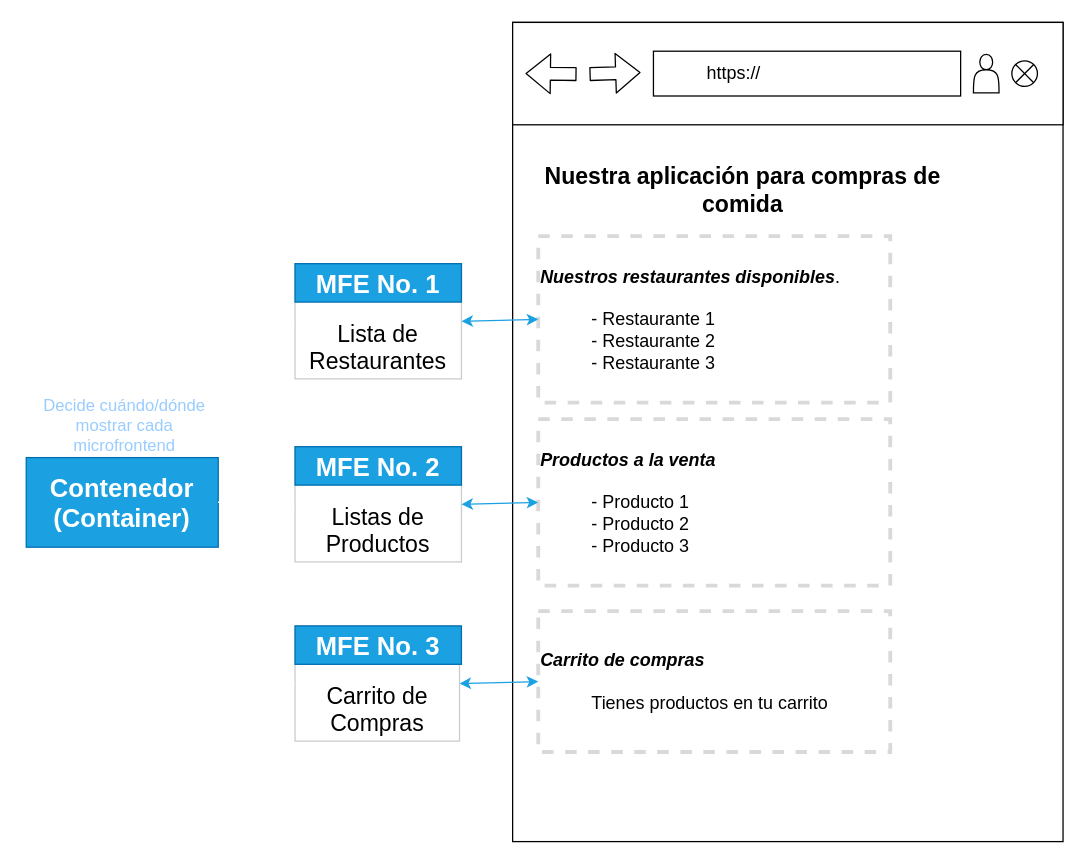
Earlier version of the draw.io diagram page "img_7" (1 of 11) of layouts.drawio (corteshvictor/microfrontend). Source tidied: cells renumbered, new cells numbered last; positions are measured from the earlier drawing's top-left corner, leaving out a move shared by most shapes. Both pictures are drawn from the tidied source at 128%, with x=0, y=0 at pixel (22, 22).
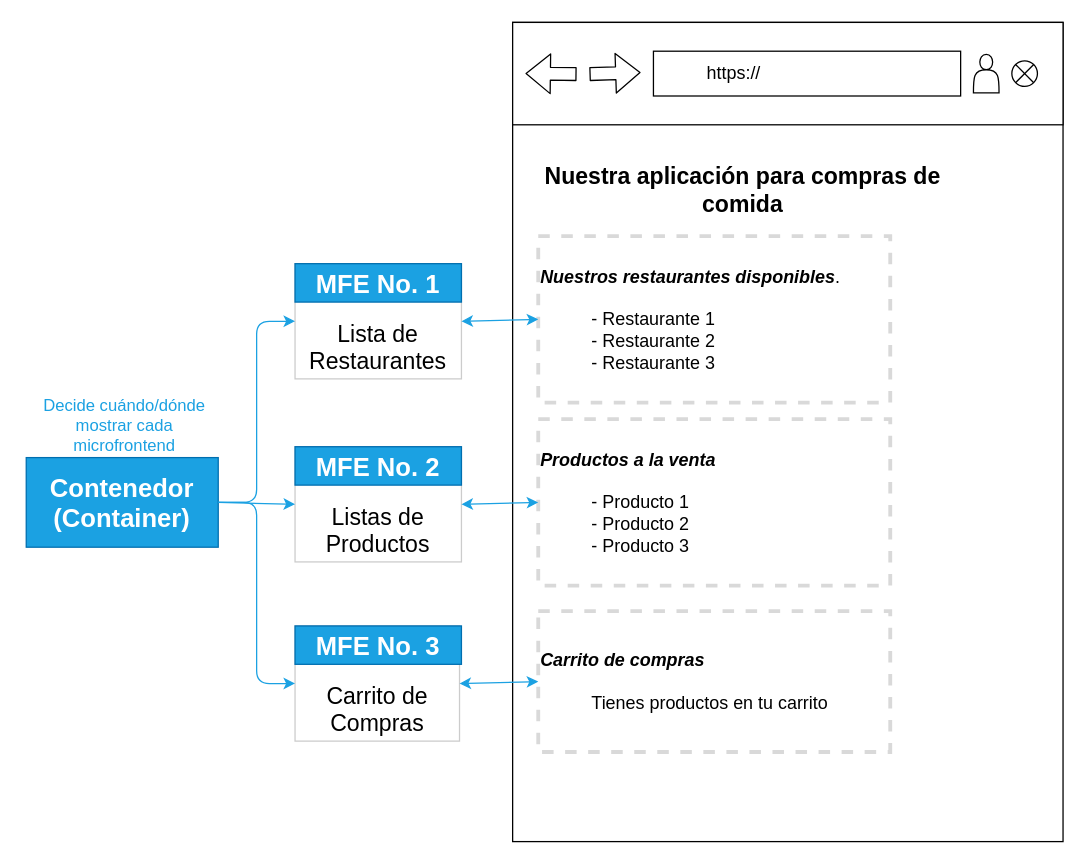
The same page after the edit.

Unchanged cells that the change refers to:
```xml
<mxCell id="2" value="&lt;span style=&quot;font-size: 18px;&quot;&gt;&lt;font style=&quot;font-size: 18px;&quot; color=&quot;#000000&quot;&gt;Lista de Restaurantes&lt;/font&gt;&lt;/span&gt;" style="rounded=0;whiteSpace=wrap;html=1;strokeColor=#CCCCCC;fillColor=#FFFFFF;fontStyle=0;fontSize=18;verticalAlign=bottom;" parent="1" vertex="1">
  <mxGeometry x="213" y="188.5" width="130" height="90" as="geometry" />
</mxCell>
<mxCell id="3" value="&lt;font style=&quot;font-size: 18px;&quot; color=&quot;#000000&quot;&gt;Listas de Productos&lt;/font&gt;" style="rounded=0;whiteSpace=wrap;html=1;strokeColor=#CCCCCC;fillColor=#FFFFFF;fontSize=18;verticalAlign=bottom;" parent="1" vertex="1">
  <mxGeometry x="213" y="331.5" width="130" height="90" as="geometry" />
</mxCell>
<mxCell id="4" value="Carrito de Compras" style="rounded=0;whiteSpace=wrap;html=1;strokeColor=#CCCCCC;fillColor=#FFFFFF;fontStyle=0;fontSize=18;fontColor=#000000;verticalAlign=bottom;" parent="1" vertex="1">
  <mxGeometry x="213" y="471.5" width="128.5" height="90" as="geometry" />
</mxCell>
<mxCell id="22" value="Contenedor&lt;br&gt;(Container)" style="rounded=0;whiteSpace=wrap;html=1;strokeWidth=1;fontSize=20;fillColor=#1BA1E2;strokeColor=#006EAF;fontStyle=1;fontColor=#FFFFFF;" parent="1" vertex="1">
  <mxGeometry x="3" y="340" width="150" height="70" as="geometry" />
</mxCell>
```

Diff of the diagram source:
```diff
@@
-    <mxCell id="23" style="edgeStyle=elbowEdgeStyle;elbow=horizontal;endArrow=classic;html=1;fontSize=18;fontColor=#FFFFFF;exitX=1;exitY=0.5;exitDx=0;exitDy=0;entryX=0;entryY=0.5;entryDx=0;entryDy=0;strokeColor=#FFFFFF;" parent="1" edge="1" source="22" target="2">
+    <mxCell id="23" style="edgeStyle=elbowEdgeStyle;elbow=horizontal;endArrow=classic;html=1;fontSize=18;exitX=1;exitY=0.5;exitDx=0;exitDy=0;entryX=0;entryY=0.5;entryDx=0;entryDy=0;fontColor=#1BA1E2;strokeColor=#1BA1E2;" parent="1" edge="1" source="22" target="2">
       <mxGeometry relative="1" as="geometry" />
     </mxCell>
-    <mxCell id="24" style="edgeStyle=elbowEdgeStyle;elbow=horizontal;endArrow=classic;html=1;fontSize=18;fontColor=#FFFFFF;exitX=1;exitY=0.5;exitDx=0;exitDy=0;entryX=0;entryY=0.5;entryDx=0;entryDy=0;strokeColor=#FFFFFF;" parent="1" edge="1" source="22" target="4">
+    <mxCell id="24" style="edgeStyle=elbowEdgeStyle;elbow=horizontal;endArrow=classic;html=1;fontSize=18;exitX=1;exitY=0.5;exitDx=0;exitDy=0;entryX=0;entryY=0.5;entryDx=0;entryDy=0;fontColor=#1BA1E2;strokeColor=#1BA1E2;" parent="1" edge="1" source="22" target="4">
       <mxGeometry relative="1" as="geometry" />
     </mxCell>
-    <mxCell id="25" style="endArrow=classic;html=1;fontSize=18;fontColor=#FFFFFF;exitX=1;exitY=0.5;exitDx=0;exitDy=0;entryX=0;entryY=0.5;entryDx=0;entryDy=0;strokeColor=#FFFFFF;" parent="1" edge="1" source="22" target="3">
+    <mxCell id="25" style="endArrow=classic;html=1;fontSize=18;fontColor=#FFFFFF;exitX=1;exitY=0.5;exitDx=0;exitDy=0;entryX=0;entryY=0.5;entryDx=0;entryDy=0;strokeColor=#1BA1E2;" parent="1" edge="1" source="22" target="3">
       <mxGeometry relative="1" as="geometry" />
     </mxCell>
-    <mxCell id="26" value="Decide cuándo/dónde mostrar cada microfrontend" style="text;html=1;strokeColor=none;fillColor=none;align=center;verticalAlign=middle;whiteSpace=wrap;rounded=0;dashed=1;fontSize=13;fontColor=#99CCFF;" parent="1" vertex="1">
+    <mxCell id="26" value="Decide cuándo/dónde mostrar cada microfrontend" style="text;html=1;strokeColor=none;fillColor=none;align=center;verticalAlign=middle;whiteSpace=wrap;rounded=0;dashed=1;fontSize=13;fontColor=#1BA1E2;" parent="1" vertex="1">
       <mxGeometry y="290" width="160" height="50" as="geometry" />
     </mxCell>
```
